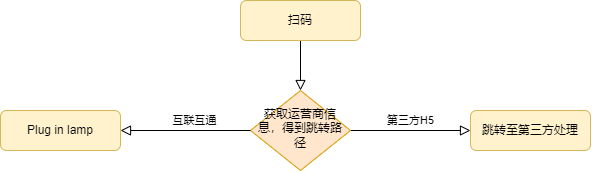
The draw.io diagram png/扫码充电流程.png in ren9901/tourism-j2ee-wx, before a commit. Source tidied: cells renumbered, new cells last; positions are measured from the earlier drawing's top-left corner, leaving out a move shared by most shapes.
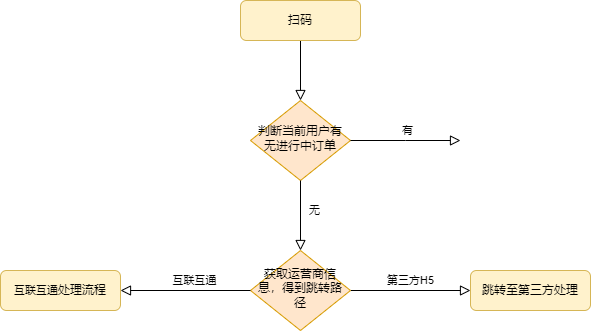
After the change.

Commit message:
更新扫码充电流程.png

What changed in the source:
```diff
@@ -2,11 +2,11 @@
   <root>
     <mxCell id="0" />
     <mxCell id="1" parent="0" />
-    <mxCell id="2" style="rounded=0;html=1;jettySize=auto;fontSize=11;endArrow=block;endFill=0;endSize=8;strokeWidth=1;shadow=0;labelBackgroundColor=none;edgeStyle=orthogonalEdgeStyle;" parent="1" edge="1" source="3" target="5">
+    <mxCell id="2" style="rounded=0;html=1;jettySize=auto;fontSize=11;endArrow=block;endFill=0;endSize=8;strokeWidth=1;shadow=0;labelBackgroundColor=none;edgeStyle=orthogonalEdgeStyle;entryX=0.5;entryY=0;entryDx=0;entryDy=0;" parent="1" edge="1" source="3" target="9">
       <mxGeometry relative="1" as="geometry" />
     </mxCell>
     <mxCell id="3" value="扫码" style="rounded=1;whiteSpace=wrap;html=1;fontSize=12;glass=0;strokeWidth=1;shadow=0;fillColor=#fff2cc;strokeColor=#d6b656;" parent="1" vertex="1">
-      <mxGeometry x="240" width="120" height="40" as="geometry" />
+      <mxGeometry x="240" y="-160" width="120" height="40" as="geometry" />
     </mxCell>
     <mxCell id="4" value="第三方H5" style="edgeStyle=orthogonalEdgeStyle;rounded=0;html=1;jettySize=auto;fontSize=11;endArrow=block;endFill=0;endSize=8;strokeWidth=1;shadow=0;labelBackgroundColor=none;" parent="1" edge="1" source="5" target="6">
       <mxGeometry y="10" relative="1" as="geometry" />
@@ -20,8 +20,29 @@
     <mxCell id="7" value="互联互通" style="edgeStyle=orthogonalEdgeStyle;rounded=0;html=1;jettySize=auto;fontSize=11;endArrow=block;endFill=0;endSize=8;strokeWidth=1;shadow=0;labelBackgroundColor=none;exitX=0;exitY=0.5;exitDx=0;exitDy=0;" parent="1" edge="1" source="5" target="8">
       <mxGeometry x="-0.14" y="-10" relative="1" as="geometry" />
     </mxCell>
-    <mxCell id="8" value="Plug in lamp" style="rounded=1;whiteSpace=wrap;html=1;fontSize=12;glass=0;strokeWidth=1;shadow=0;fillColor=#fff2cc;strokeColor=#d6b656;" parent="1" vertex="1">
+    <mxCell id="8" value="&lt;span style=&quot;font-size: 11px; text-wrap: nowrap;&quot;&gt;互联互通&lt;/span&gt;处理流程" style="rounded=1;whiteSpace=wrap;html=1;fontSize=12;glass=0;strokeWidth=1;shadow=0;fillColor=#fff2cc;strokeColor=#d6b656;" parent="1" vertex="1">
       <mxGeometry y="110" width="120" height="40" as="geometry" />
     </mxCell>
+    <mxCell id="9" value="判断当前用户有无进行中订单" style="rhombus;whiteSpace=wrap;html=1;shadow=0;fontFamily=Helvetica;fontSize=12;align=center;strokeWidth=1;spacing=6;spacingTop=-4;fillColor=#ffe6cc;strokeColor=#d79b00;" parent="1" vertex="1">
+      <mxGeometry x="250" y="-60" width="100" height="80" as="geometry" />
+    </mxCell>
+    <mxCell id="10" style="rounded=0;html=1;jettySize=auto;fontSize=11;endArrow=block;endFill=0;endSize=8;strokeWidth=1;shadow=0;labelBackgroundColor=none;edgeStyle=orthogonalEdgeStyle;entryX=0.5;entryY=0;entryDx=0;entryDy=0;exitX=0.5;exitY=1;exitDx=0;exitDy=0;" parent="1" edge="1" source="9" target="5">
+      <mxGeometry relative="1" as="geometry" />
+    </mxCell>
+    <mxCell id="11" value="无" style="edgeLabel;html=1;align=center;verticalAlign=middle;" parent="10" vertex="1">
+      <mxGeometry x="-0.23" y="4" relative="1" as="geometry">
+        <mxPoint x="10" y="3" as="offset" />
+      </mxGeometry>
+    </mxCell>
+    <mxCell id="12" style="rounded=0;html=1;jettySize=auto;fontSize=11;endArrow=block;endFill=0;endSize=8;strokeWidth=1;shadow=0;labelBackgroundColor=none;edgeStyle=orthogonalEdgeStyle;exitX=1;exitY=0.5;exitDx=0;exitDy=0;" parent="1" edge="1" source="9">
+      <mxGeometry relative="1" as="geometry">
+        <mxPoint x="460" y="-20" as="targetPoint" />
+      </mxGeometry>
+    </mxCell>
+    <mxCell id="13" value="有" style="edgeLabel;html=1;align=center;verticalAlign=middle;" parent="12" vertex="1">
+      <mxGeometry x="-0.23" y="4" relative="1" as="geometry">
+        <mxPoint x="14" y="-6" as="offset" />
+      </mxGeometry>
+    </mxCell>
   </root>
 </mxGraphModel>
```
